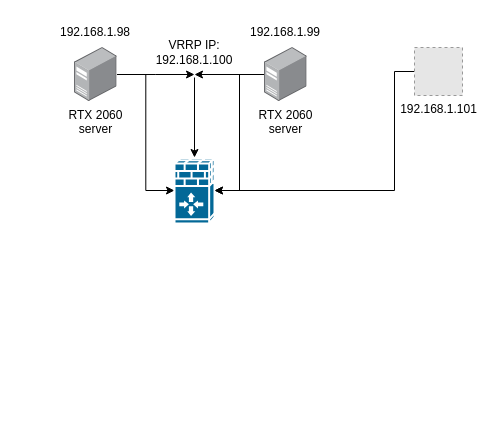
The draw.io diagram Untitled Diagram.drawio in x599123/factory_check, before the edit. Source tidied: cells renumbered, new cells numbered last; positions are measured from the earlier drawing's top-left corner, leaving out a move shared by most shapes. Both pictures are drawn from the tidied source at 100%, with x=0, y=0 at pixel (65, 17). Pictures stored in the file or linked from it are replaced by grey dashed boxes.
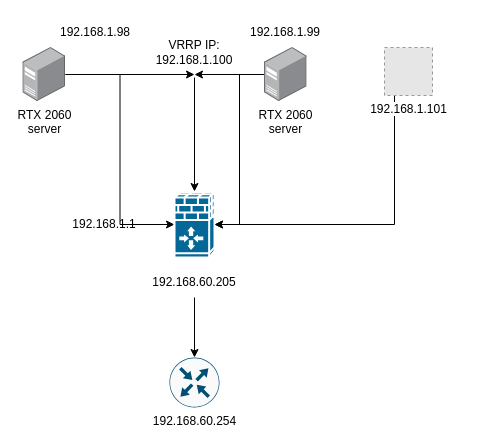
After the change.

What changed in the source:
```diff
@@
     <mxCell id="4" value="&lt;div&gt;RTX 2060 &lt;br&gt;&lt;/div&gt;&lt;div&gt;server&lt;br&gt;&lt;/div&gt;" style="points=[];html=1;align=center;shadow=0;dashed=0;image;image=img/lib/allied_telesis/computer_and_terminals/Server_Desktop.svg;" parent="1" vertex="1">
-      <mxGeometry x="9" y="30" width="42.6" height="54" as="geometry" />
+      <mxGeometry x="-42.6" y="30" width="42.6" height="54" as="geometry" />
     </mxCell>
@@
     <mxCell id="8" style="shape=mxgraph.cisco.security.ios_firewall;html=1;dashed=0;fillColor=#036897;strokeColor=#ffffff;strokeWidth=2;verticalLabelPosition=bottom;verticalAlign=top;align=center;outlineConnect=0;" parent="1" vertex="1">
-      <mxGeometry x="109" y="140" width="40" height="66" as="geometry" />
+      <mxGeometry x="109" y="174" width="40" height="66" as="geometry" />
     </mxCell>
     <mxCell id="9" style="edgeStyle=orthogonalEdgeStyle;rounded=0;jettySize=auto;html=1;" parent="1" edge="1" source="10" target="8">
       <mxGeometry relative="1" as="geometry">
         <Array as="points">
-          <mxPoint x="329" y="173" />
+          <mxPoint x="329" y="207" />
         </Array>
       </mxGeometry>
     </mxCell>
     <mxCell id="10" value="192.168.1.101" style="fillColor=#E6E6E6;strokeColor=#999999;dashed=1;html=1;verticalAlign=top;verticalLabelPosition=bottom;labelBackgroundColor=#ffffff;" parent="1" vertex="1">
-      <mxGeometry x="349" y="30" width="48" height="48" as="geometry" />
+      <mxGeometry x="319" y="30" width="48" height="48" as="geometry" />
     </mxCell>
@@
+    <mxCell id="15" style="edgeStyle=orthogonalEdgeStyle;rounded=0;jettySize=auto;html=1;" parent="1" edge="1" source="16" target="18">
+      <mxGeometry relative="1" as="geometry" />
+    </mxCell>
+    <mxCell id="16" value="192.168.60.205" style="text;html=1;strokeColor=none;fillColor=none;align=center;verticalAlign=middle;whiteSpace=wrap;rounded=0;" parent="1" vertex="1">
+      <mxGeometry x="99" y="250" width="60" height="30" as="geometry" />
+    </mxCell>
+    <mxCell id="17" value="192.168.1.1" style="text;html=1;strokeColor=none;fillColor=none;align=center;verticalAlign=middle;whiteSpace=wrap;rounded=0;" parent="1" vertex="1">
+      <mxGeometry x="9" y="192" width="60" height="30" as="geometry" />
+    </mxCell>
+    <mxCell id="18" value="192.168.60.254" style="sketch=0;points=[[0.5,0,0],[1,0.5,0],[0.5,1,0],[0,0.5,0],[0.145,0.145,0],[0.8555,0.145,0],[0.855,0.8555,0],[0.145,0.855,0]];verticalLabelPosition=bottom;html=1;verticalAlign=top;align=center;shape=mxgraph.cisco19.rect;prIcon=router;fillColor=#FAFAFA;strokeColor=#005073;" parent="1" vertex="1">
+      <mxGeometry x="104" y="340" width="50" height="50" as="geometry" />
+    </mxCell>
```
